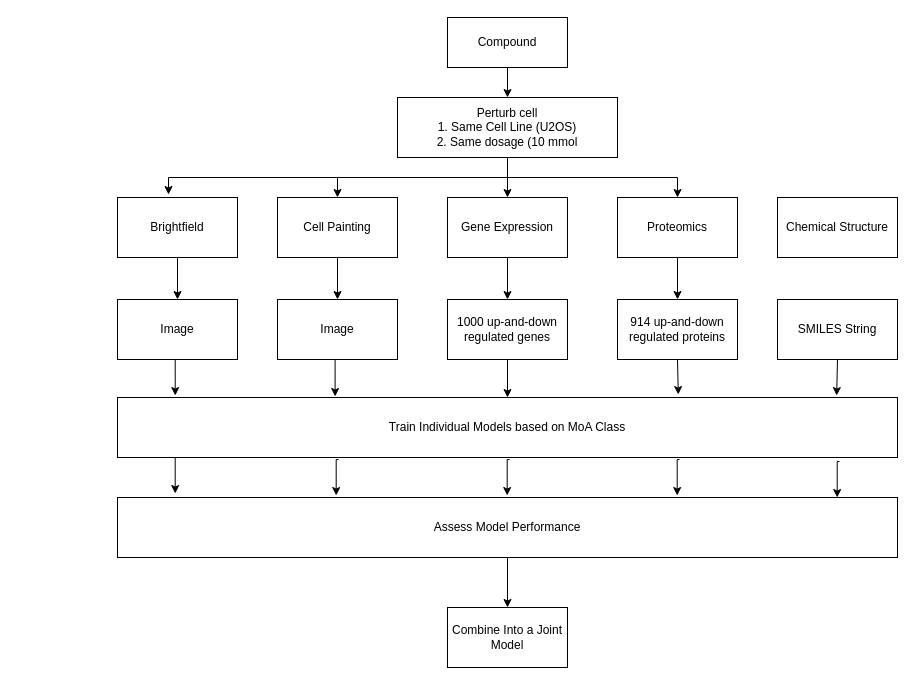
Above: Experimental_Set_Up.drawio in sverige16/m_thesis (draw.io), before the change. Source tidied: cells renumbered, new cells numbered last; positions are measured from the earlier drawing's top-left corner, leaving out a move shared by most shapes. Both pictures are drawn from the tidied source at 100%, with x=0, y=0 at pixel (117, 17).
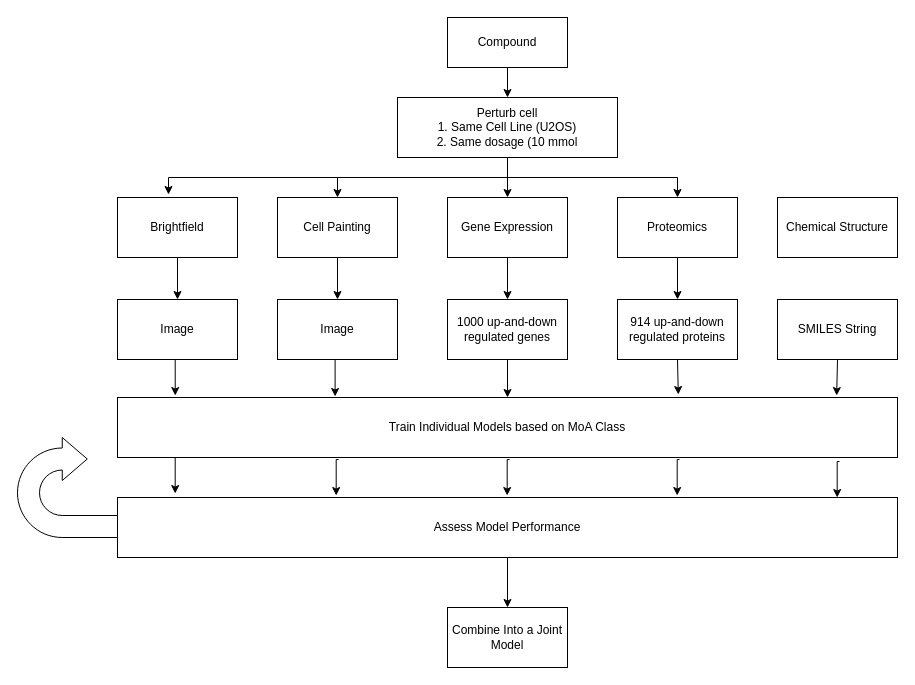
Above is the later version.

The edit, as a diff of the source:
```diff
@@
+    <mxCell id="37" style="html=1;shadow=0;dashed=0;align=center;verticalAlign=middle;shape=mxgraph.arrows2.uTurnArrow;dy=11;arrowHead=43;dx2=25;" parent="1" vertex="1">
+      <mxGeometry x="-100" y="420" width="100" height="100" as="geometry" />
+    </mxCell>
```
